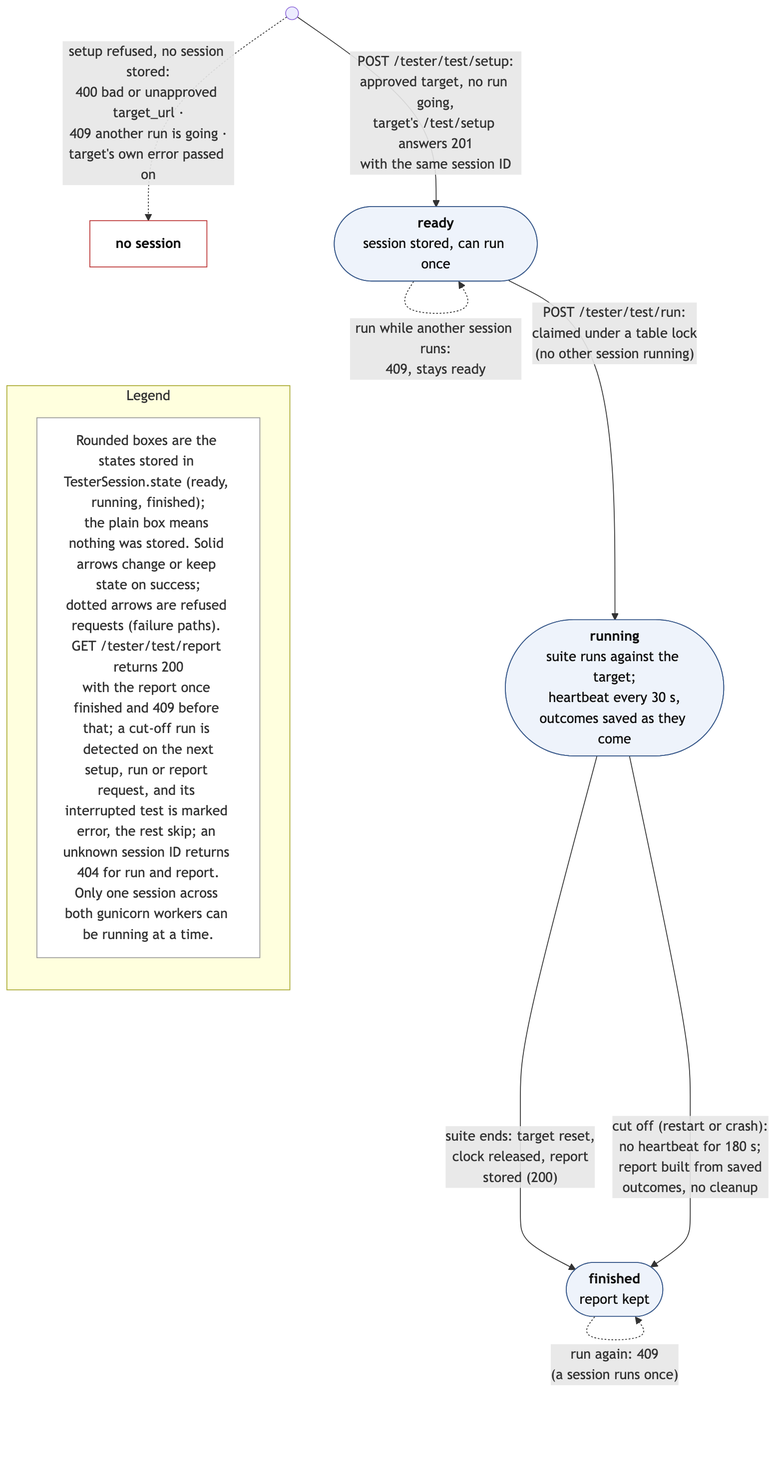
team17-ece30861/cra-service keeps this Mermaid diagram as docs/models/model-e-tester-run.png. Above is the earlier version. Its source is kept beside it as docs/models/model-e-tester-run.mmd.
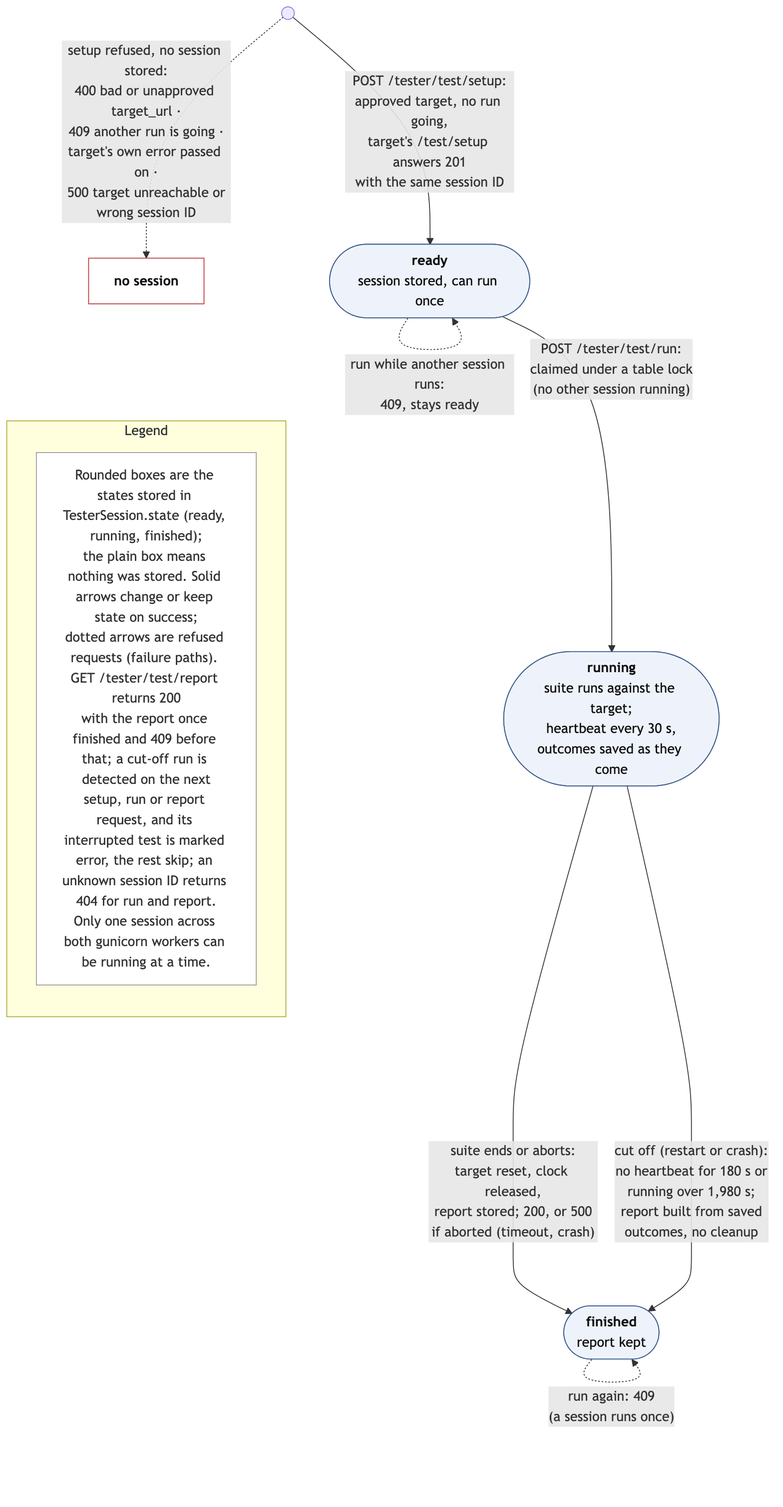
The same file after the commit.

Commit message:
Models: independent trace fixes (tester cleanup calls, SystemSession, console clock, abort and timeout paths)

What changed in the source:
```diff
@@ -1,10 +1,10 @@
 flowchart TB
   start((" ")) -->|"POST /tester/test/setup:<br/>approved target, no run going,<br/>target's /test/setup answers 201<br/>with the same session ID"| R(["<b>ready</b><br/>session stored, can run once"])
-  start -.->|"setup refused, no session stored:<br/>400 bad or unapproved target_url ·<br/>409 another run is going ·<br/>target's own error passed on"| X1["<b>no session</b>"]
+  start -.->|"setup refused, no session stored:<br/>400 bad or unapproved target_url ·<br/>409 another run is going ·<br/>target's own error passed on ·<br/>500 target unreachable or<br/>wrong session ID"| X1["<b>no session</b>"]
   R -->|"POST /tester/test/run:<br/>claimed under a table lock<br/>(no other session running)"| RUN(["<b>running</b><br/>suite runs against the target;<br/>heartbeat every 30 s,<br/>outcomes saved as they come"])
   R -.->|"run while another session runs:<br/>409, stays ready"| R
-  RUN -->|"suite ends: target reset,<br/>clock released, report<br/>stored (200)"| F(["<b>finished</b><br/>report kept"])
-  RUN ---->|"cut off (restart or crash):<br/>no heartbeat for 180 s;<br/>report built from saved<br/>outcomes, no cleanup"| F
+  RUN -->|"suite ends or aborts:<br/>target reset, clock released,<br/>report stored; 200, or 500<br/>if aborted (timeout, crash)"| F(["<b>finished</b><br/>report kept"])
+  RUN ---->|"cut off (restart or crash):<br/>no heartbeat for 180 s or<br/>running over 1,980 s;<br/>report built from saved<br/>outcomes, no cleanup"| F
   F -.->|"run again: 409<br/>(a session runs once)"| F
   subgraph legend["Legend"]
     direction TB
```
